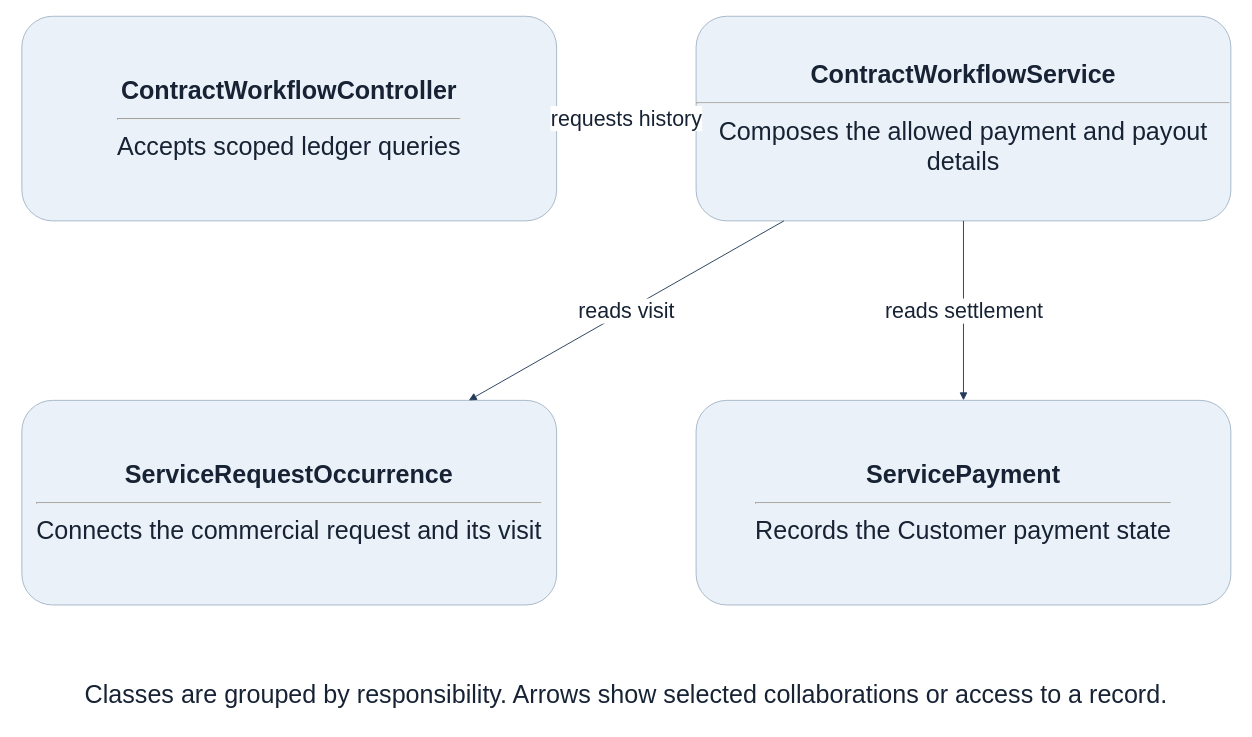
Before: page "FE-05 Financial History" (11 of 19) of diagrams/smartdrone-class-diagrams.drawio in tungbach12/SmartDroneInspection-Docs, a draw.io diagram. Source tidied: cells renumbered, new cells numbered last; positions are measured from the earlier drawing's top-left corner, leaving out a move shared by most shapes. Both pictures are drawn from the tidied source at 93%, with x=0, y=0 at pixel (21, 16).
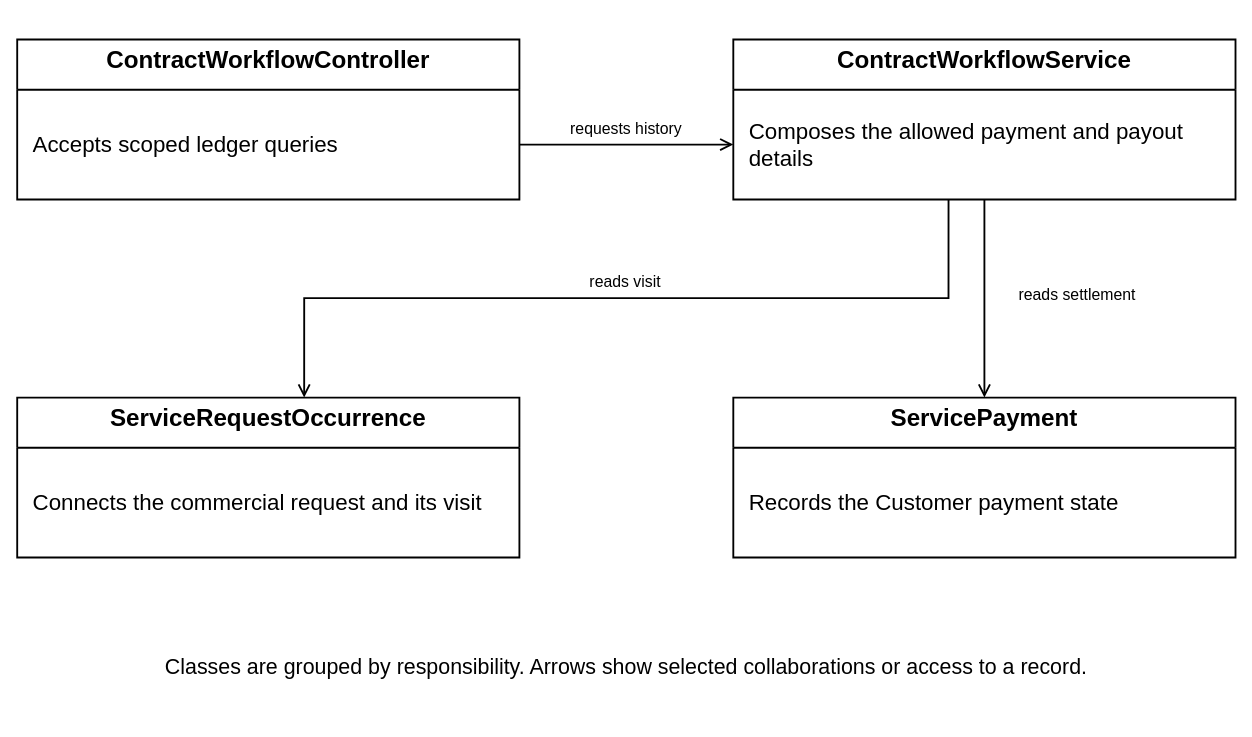
The same page after the edit.

What changed in the source:
```diff
@@
-<mxGraphModel>
+<mxGraphModel background="#ffffff">
   <root>
     <mxCell id="0" />
     <mxCell id="1" parent="0" />
-    <mxCell id="2" value="&lt;b&gt;ContractWorkflowController&lt;/b&gt;&lt;hr&gt;Accepts scoped ledger queries" style="rounded=1;whiteSpace=wrap;html=1;fillColor=#EAF1F8;strokeColor=#A5B6C8;fontColor=#172334;fontSize=27;" parent="1" vertex="1">
-      <mxGeometry width="575" height="220" as="geometry" />
+    <mxCell id="2" value="ContractWorkflowController" style="swimlane;fontStyle=1;align=center;verticalAlign=top;horizontal=1;startSize=54;whiteSpace=wrap;html=1;fillColor=#ffffff;swimlaneFillColor=#ffffff;strokeColor=#000000;strokeWidth=2;fontColor=#000000;fontFamily=Helvetica;fontSize=26;" parent="1" vertex="1">
+      <mxGeometry x="-5" y="25" width="540" height="172" as="geometry" />
     </mxCell>
+    <mxCell id="10" value="Accepts scoped ledger queries" style="text;strokeColor=none;fillColor=none;align=left;verticalAlign=middle;spacingLeft=15;spacingRight=15;overflow=hidden;html=1;fontColor=#000000;fontStyle=0;fontFamily=Helvetica;fontSize=24;whiteSpace=wrap;" parent="2" vertex="1">
+      <mxGeometry y="54" width="540" height="118" as="geometry" />
+    </mxCell>
-    <mxCell id="3" value="&lt;b&gt;ContractWorkflowService&lt;/b&gt;&lt;hr&gt;Composes the allowed payment and payout details" style="rounded=1;whiteSpace=wrap;html=1;fillColor=#EAF1F8;strokeColor=#A5B6C8;fontColor=#172334;fontSize=27;" parent="1" vertex="1">
-      <mxGeometry x="725" width="575" height="220" as="geometry" />
+    <mxCell id="3" value="ContractWorkflowService" style="swimlane;fontStyle=1;align=center;verticalAlign=top;horizontal=1;startSize=54;whiteSpace=wrap;html=1;fillColor=#ffffff;swimlaneFillColor=#ffffff;strokeColor=#000000;strokeWidth=2;fontColor=#000000;fontFamily=Helvetica;fontSize=26;" parent="1" vertex="1">
+      <mxGeometry x="765" y="25" width="540" height="172" as="geometry" />
     </mxCell>
+    <mxCell id="11" value="Composes the allowed payment and payout details" style="text;strokeColor=none;fillColor=none;align=left;verticalAlign=middle;spacingLeft=15;spacingRight=15;overflow=hidden;html=1;fontColor=#000000;fontStyle=0;fontFamily=Helvetica;fontSize=24;whiteSpace=wrap;" parent="3" vertex="1">
+      <mxGeometry y="54" width="540" height="118" as="geometry" />
+    </mxCell>
-    <mxCell id="4" value="&lt;b&gt;ServiceRequestOccurrence&lt;/b&gt;&lt;hr&gt;Connects the commercial request and its visit" style="rounded=1;whiteSpace=wrap;html=1;fillColor=#EAF1F8;strokeColor=#A5B6C8;fontColor=#172334;fontSize=27;" parent="1" vertex="1">
-      <mxGeometry y="413" width="575" height="220" as="geometry" />
+    <mxCell id="4" value="ServiceRequestOccurrence" style="swimlane;fontStyle=1;align=center;verticalAlign=top;horizontal=1;startSize=54;whiteSpace=wrap;html=1;fillColor=#ffffff;swimlaneFillColor=#ffffff;strokeColor=#000000;strokeWidth=2;fontColor=#000000;fontFamily=Helvetica;fontSize=26;" parent="1" vertex="1">
+      <mxGeometry x="-5" y="410" width="540" height="172" as="geometry" />
     </mxCell>
+    <mxCell id="12" value="Connects the commercial request and its visit" style="text;strokeColor=none;fillColor=none;align=left;verticalAlign=middle;spacingLeft=15;spacingRight=15;overflow=hidden;html=1;fontColor=#000000;fontStyle=0;fontFamily=Helvetica;fontSize=24;whiteSpace=wrap;" parent="4" vertex="1">
+      <mxGeometry y="54" width="540" height="118" as="geometry" />
+    </mxCell>
-    <mxCell id="5" value="&lt;b&gt;ServicePayment&lt;/b&gt;&lt;hr&gt;Records the Customer payment state" style="rounded=1;whiteSpace=wrap;html=1;fillColor=#EAF1F8;strokeColor=#A5B6C8;fontColor=#172334;fontSize=27;" parent="1" vertex="1">
-      <mxGeometry x="725" y="413" width="575" height="220" as="geometry" />
+    <mxCell id="5" value="ServicePayment" style="swimlane;fontStyle=1;align=center;verticalAlign=top;horizontal=1;startSize=54;whiteSpace=wrap;html=1;fillColor=#ffffff;swimlaneFillColor=#ffffff;strokeColor=#000000;strokeWidth=2;fontColor=#000000;fontFamily=Helvetica;fontSize=26;" parent="1" vertex="1">
+      <mxGeometry x="765" y="410" width="540" height="172" as="geometry" />
     </mxCell>
+    <mxCell id="13" value="Records the Customer payment state" style="text;strokeColor=none;fillColor=none;align=left;verticalAlign=middle;spacingLeft=15;spacingRight=15;overflow=hidden;html=1;fontColor=#000000;fontStyle=0;fontFamily=Helvetica;fontSize=24;whiteSpace=wrap;" parent="5" vertex="1">
+      <mxGeometry y="54" width="540" height="118" as="geometry" />
+    </mxCell>
-    <mxCell id="6" value="requests history" style="endArrow=block;endFill=1;html=1;strokeColor=#233B59;fontColor=#172334;fontSize=23;" parent="1" edge="1" source="2" target="3">
+    <mxCell id="6" style="edgeStyle=orthogonalEdgeStyle;rounded=0;jettySize=auto;html=1;strokeColor=#000000;strokeWidth=2;endArrow=open;endFill=0;endSize=10;fontColor=#000000;fontFamily=Helvetica;fontSize=17;labelBackgroundColor=#ffffff;exitX=1;exitY=0.6569767441860465;exitDx=0;exitDy=0;entryX=0;entryY=0.6569767441860465;entryDx=0;entryDy=0;" parent="1" edge="1" source="2" target="3">
       <mxGeometry relative="1" as="geometry" />
     </mxCell>
+    <mxCell id="14" value="requests history" style="text;html=1;strokeColor=none;fillColor=none;align=center;verticalAlign=middle;whiteSpace=wrap;fontColor=#000000;fontFamily=Helvetica;fontSize=17;" parent="1" vertex="1">
+      <mxGeometry x="538" y="111" width="224" height="22" as="geometry" />
+    </mxCell>
-    <mxCell id="7" value="reads visit" style="endArrow=block;endFill=1;html=1;strokeColor=#233B59;fontColor=#172334;fontSize=23;" parent="1" edge="1" source="3" target="4">
-      <mxGeometry relative="1" as="geometry" />
+    <mxCell id="7" style="edgeStyle=orthogonalEdgeStyle;rounded=0;jettySize=auto;html=1;strokeColor=#000000;strokeWidth=2;endArrow=open;endFill=0;endSize=10;fontColor=#000000;fontFamily=Helvetica;fontSize=17;labelBackgroundColor=#ffffff;exitX=0.42857142857142855;exitY=1;exitDx=0;exitDy=0;entryX=0.5714285714285714;entryY=0;entryDx=0;entryDy=0;" parent="1" edge="1" source="3" target="4">
+      <mxGeometry relative="1" as="geometry">
+        <Array as="points">
+          <mxPoint x="996" y="303" />
+          <mxPoint x="303" y="303" />
+        </Array>
+      </mxGeometry>
     </mxCell>
+    <mxCell id="15" value="reads visit" style="text;html=1;strokeColor=none;fillColor=none;align=center;verticalAlign=middle;whiteSpace=wrap;fontColor=#000000;fontFamily=Helvetica;fontSize=17;" parent="1" vertex="1">
+      <mxGeometry x="537" y="276" width="224" height="22" as="geometry" />
+    </mxCell>
-    <mxCell id="8" value="reads settlement" style="endArrow=block;endFill=1;html=1;strokeColor=#233B59;fontColor=#172334;fontSize=23;" parent="1" edge="1" source="3" target="5">
+    <mxCell id="8" style="edgeStyle=orthogonalEdgeStyle;rounded=0;jettySize=auto;html=1;strokeColor=#000000;strokeWidth=2;endArrow=open;endFill=0;endSize=10;fontColor=#000000;fontFamily=Helvetica;fontSize=17;labelBackgroundColor=#ffffff;exitX=0.5;exitY=1;exitDx=0;exitDy=0;entryX=0.5;entryY=0;entryDx=0;entryDy=0;" parent="1" edge="1" source="3" target="5">
       <mxGeometry relative="1" as="geometry" />
     </mxCell>
+    <mxCell id="16" value="reads settlement" style="text;html=1;strokeColor=none;fillColor=none;align=center;verticalAlign=middle;whiteSpace=wrap;fontColor=#000000;fontFamily=Helvetica;fontSize=17;" parent="1" vertex="1">
+      <mxGeometry x="1023" y="290" width="224" height="22" as="geometry" />
+    </mxCell>
-    <mxCell id="9" value="Classes are grouped by responsibility. Arrows show selected collaborations or access to a record." style="text;html=1;whiteSpace=wrap;align=center;verticalAlign=middle;strokeColor=none;fillColor=none;fontColor=#172334;fontSize=27;" parent="1" vertex="1">
-      <mxGeometry y="702" width="1300" height="56" as="geometry" />
+    <mxCell id="9" value="Classes are grouped by responsibility. Arrows show selected collaborations or access to a record." style="text;html=1;strokeColor=none;fillColor=none;align=center;verticalAlign=middle;whiteSpace=wrap;fontColor=#000000;fontFamily=Helvetica;fontSize=23;" parent="1" vertex="1">
+      <mxGeometry y="670" width="1300" height="60" as="geometry" />
     </mxCell>
   </root>
 </mxGraphModel>
```
